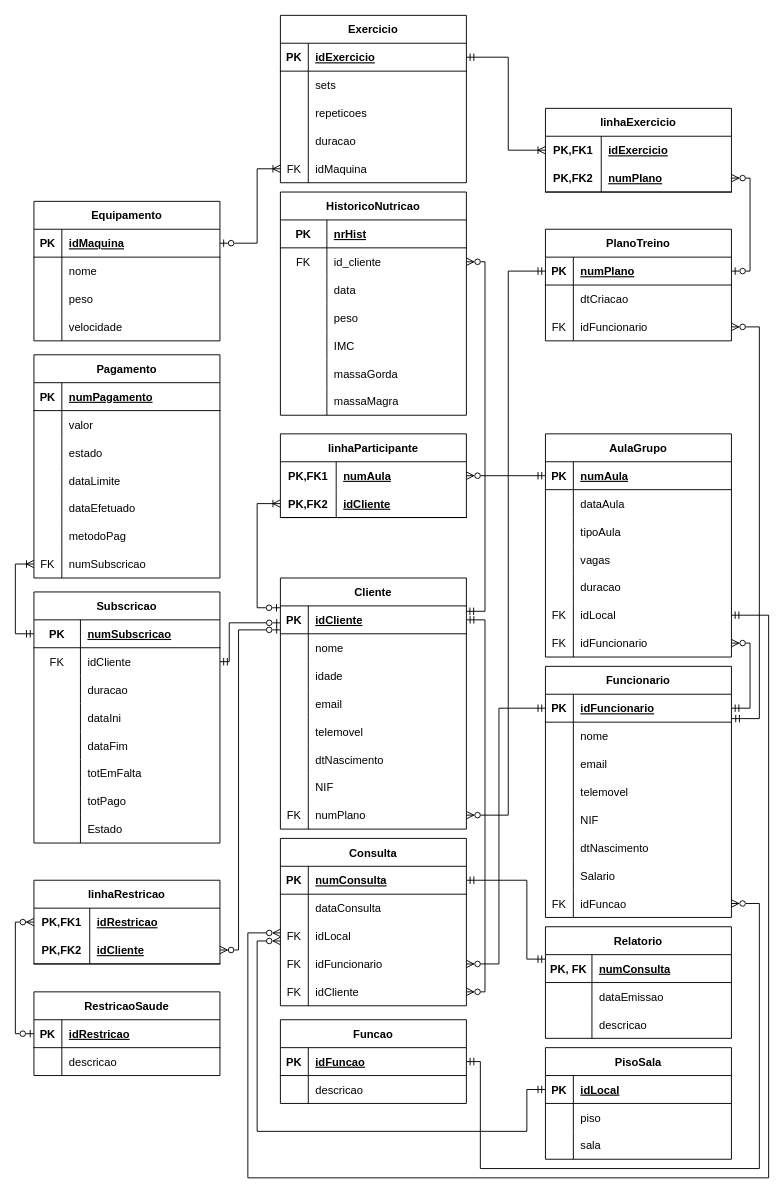
Above: Proj1/Diagramas corrigidos/2-BD/GymMF.drawio in AlexandrePSantos/GestaoGym (draw.io), before the change. Source tidied: cells renumbered, new cells numbered last; positions are measured from the earlier drawing's top-left corner, leaving out a move shared by most shapes. Both pictures are drawn from the tidied source at 93%, with x=0, y=0 at pixel (15, 15).
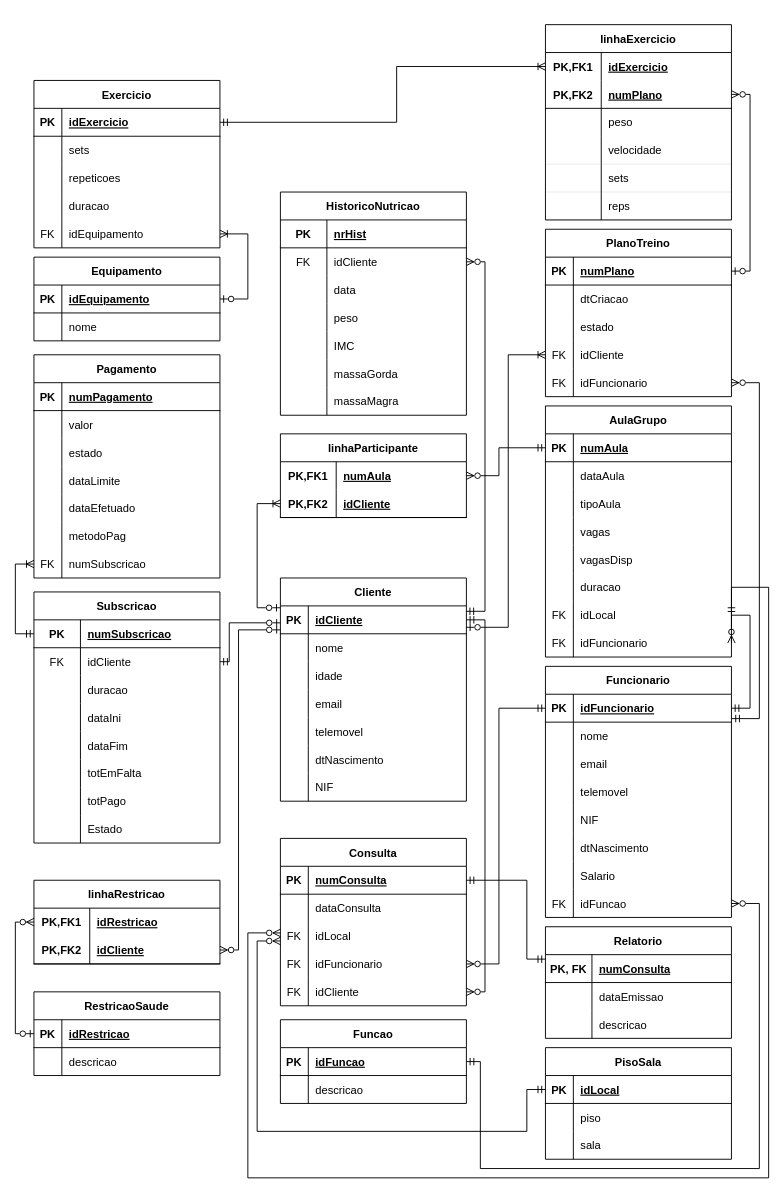
The same diagram, later.

Unchanged cells that the change refers to:
```xml
<mxCell id="9" style="shape=tableRow;horizontal=0;startSize=0;swimlaneHead=0;swimlaneBody=0;fillColor=none;points=[[0,0.5],[1,0.5]];portConstraint=eastwest;top=0;left=0;right=0;bottom=1;" parent="8" vertex="1">
  <mxGeometry y="30" width="200" height="30" as="geometry" />
</mxCell>
<mxCell id="41" style="shape=tableRow;horizontal=0;startSize=0;swimlaneHead=0;swimlaneBody=0;fillColor=none;points=[[0,0.5],[1,0.5]];portConstraint=eastwest;top=0;left=0;right=0;bottom=1;" parent="40" vertex="1">
  <mxGeometry y="30" width="200" height="30" as="geometry" />
</mxCell>
<mxCell id="73" style="shape=tableRow;horizontal=0;startSize=0;swimlaneHead=0;swimlaneBody=0;fillColor=none;points=[[0,0.5],[1,0.5]];portConstraint=eastwest;top=0;left=0;right=0;bottom=1;" parent="72" vertex="1">
  <mxGeometry y="30" width="200" height="30" as="geometry" />
</mxCell>
<mxCell id="118" style="shape=tableRow;horizontal=0;startSize=0;swimlaneHead=0;swimlaneBody=0;fillColor=none;points=[[0,0.5],[1,0.5]];portConstraint=eastwest;top=0;left=0;right=0;bottom=1;" parent="117" vertex="1">
  <mxGeometry y="30" width="200" height="30" as="geometry" />
</mxCell>
<mxCell id="146" style="shape=tableRow;horizontal=0;startSize=0;swimlaneHead=0;swimlaneBody=0;fillColor=none;points=[[0,0.5],[1,0.5]];portConstraint=eastwest;top=0;left=0;right=0;bottom=0;" parent="139" vertex="1">
  <mxGeometry y="90" width="200" height="30" as="geometry" />
</mxCell>
<mxCell id="159" style="shape=tableRow;horizontal=0;startSize=0;swimlaneHead=0;swimlaneBody=0;fillColor=none;points=[[0,0.5],[1,0.5]];portConstraint=eastwest;top=0;left=0;right=0;bottom=0;" parent="155" vertex="1">
  <mxGeometry y="60" width="200" height="30" as="geometry" />
</mxCell>
<mxCell id="178" style="shape=tableRow;horizontal=0;startSize=0;swimlaneHead=0;swimlaneBody=0;fillColor=none;points=[[0,0.5],[1,0.5]];portConstraint=eastwest;top=0;left=0;right=0;bottom=0;" parent="177" vertex="1">
  <mxGeometry y="30" width="200" height="30" as="geometry" />
</mxCell>
<mxCell id="234" style="shape=tableRow;horizontal=0;startSize=0;swimlaneHead=0;swimlaneBody=0;fillColor=none;points=[[0,0.5],[1,0.5]];portConstraint=eastwest;top=0;left=0;right=0;bottom=1;" parent="233" vertex="1">
  <mxGeometry y="30" width="200" height="30" as="geometry" />
</mxCell>
<mxCell id="246" style="shape=tableRow;horizontal=0;startSize=0;swimlaneHead=0;swimlaneBody=0;fillColor=none;points=[[0,0.5],[1,0.5]];portConstraint=eastwest;top=0;left=0;right=0;bottom=0;" parent="233" vertex="1">
  <mxGeometry y="150" width="200" height="30" as="geometry" />
</mxCell>
<mxCell id="250" style="shape=tableRow;horizontal=0;startSize=0;swimlaneHead=0;swimlaneBody=0;fillColor=none;points=[[0,0.5],[1,0.5]];portConstraint=eastwest;top=0;left=0;right=0;bottom=1;" parent="249" vertex="1">
  <mxGeometry y="30" width="200" height="30" as="geometry" />
</mxCell>
<mxCell id="266" style="shape=tableRow;horizontal=0;startSize=0;swimlaneHead=0;swimlaneBody=0;fillColor=none;points=[[0,0.5],[1,0.5]];portConstraint=eastwest;top=0;left=0;right=0;bottom=0;" parent="265" vertex="1">
  <mxGeometry y="30" width="200" height="30" as="geometry" />
</mxCell>
<mxCell id="269" style="shape=tableRow;horizontal=0;startSize=0;swimlaneHead=0;swimlaneBody=0;fillColor=none;points=[[0,0.5],[1,0.5]];portConstraint=eastwest;top=0;left=0;right=0;bottom=1;" parent="265" vertex="1">
  <mxGeometry y="60" width="200" height="30" as="geometry" />
</mxCell>
```

What changed in the source:
```diff
@@
-    <mxCell id="3" style="edgeStyle=orthogonalEdgeStyle;rounded=0;jettySize=auto;html=1;exitX=1;exitY=0.5;exitDx=0;exitDy=0;entryX=0;entryY=0.5;entryDx=0;entryDy=0;endArrow=ERmandOne;endFill=0;startArrow=ERzeroToMany;startFill=0;" parent="1" edge="1" source="30" target="73">
+    <mxCell id="3" style="edgeStyle=orthogonalEdgeStyle;rounded=0;jettySize=auto;html=1;exitX=1;exitY=0.767;exitDx=0;exitDy=0;entryX=0;entryY=0.5;entryDx=0;entryDy=0;endArrow=ERoneToMany;endFill=0;startArrow=ERzeroToOne;startFill=0;exitPerimeter=0;" parent="1" edge="1" source="9" target="259">
       <mxGeometry relative="1" as="geometry">
         <Array as="points">
-          <mxPoint x="530" y="860" />
-          <mxPoint x="530" y="275" />
+          <mxPoint x="530" y="658" />
+          <mxPoint x="530" y="365" />
         </Array>
       </mxGeometry>
     </mxCell>
@@
     <mxCell id="6" style="edgeStyle=orthogonalEdgeStyle;rounded=0;jettySize=auto;html=1;endArrow=ERmandOne;endFill=0;exitX=1;exitY=0.5;exitDx=0;exitDy=0;startArrow=ERzeroToMany;startFill=0;entryX=1.003;entryY=0.873;entryDx=0;entryDy=0;entryPerimeter=0;" parent="1" edge="1" source="79" target="41">
       <mxGeometry relative="1" as="geometry">
         <Array as="points">
-          <mxPoint x="800" y="335" />
+          <mxPoint x="800" y="395" />
           <mxPoint x="800" y="756" />
         </Array>
       </mxGeometry>
     </mxCell>
     <mxCell id="7" style="edgeStyle=orthogonalEdgeStyle;rounded=0;jettySize=auto;html=1;entryX=1;entryY=0.5;entryDx=0;entryDy=0;endArrow=ERmandOne;endFill=0;startArrow=ERzeroToMany;startFill=0;exitX=1;exitY=0.5;exitDx=0;exitDy=0;" parent="1" edge="1" source="136" target="41">
       <mxGeometry relative="1" as="geometry">
         <Array as="points">
-          <mxPoint x="790" y="675" />
+          <mxPoint x="790" y="645" />
           <mxPoint x="790" y="745" />
         </Array>
       </mxGeometry>
     </mxCell>
     <mxCell id="8" value="Cliente" style="shape=table;startSize=30;childLayout=tableLayout;rowLines=0;fontStyle=1;align=center;" parent="1" vertex="1">
-      <mxGeometry x="285" y="605" width="200" height="270" as="geometry" />
+      <mxGeometry x="285" y="605" width="200" height="240" as="geometry" />
     </mxCell>
@@
-    <mxCell id="30" style="shape=tableRow;horizontal=0;startSize=0;swimlaneHead=0;swimlaneBody=0;fillColor=none;points=[[0,0.5],[1,0.5]];portConstraint=eastwest;top=0;left=0;right=0;bottom=0;" parent="8" vertex="1">
-      <mxGeometry y="240" width="200" height="30" as="geometry" />
-    </mxCell>
-    <mxCell id="31" value="FK" style="shape=partialRectangle;fillColor=none;top=0;left=0;bottom=0;right=0;overflow=hidden;" parent="30" vertex="1">
-      <mxGeometry width="30" height="30" as="geometry" />
-    </mxCell>
-    <mxCell id="32" value="numPlano" style="shape=partialRectangle;fillColor=none;top=0;left=0;bottom=0;right=0;align=left;spacingLeft=6;overflow=hidden;" parent="30" vertex="1">
-      <mxGeometry x="30" width="170" height="30" as="geometry" />
-    </mxCell>
@@
     <mxCell id="72" value="PlanoTreino" style="shape=table;startSize=30;childLayout=tableLayout;rowLines=0;fontStyle=1;align=center;" parent="1" vertex="1">
-      <mxGeometry x="570" y="230" width="200" height="120" as="geometry" />
+      <mxGeometry x="570" y="230" width="200" height="180" as="geometry" />
     </mxCell>
@@
+    <mxCell id="272" style="shape=tableRow;horizontal=0;startSize=0;swimlaneHead=0;swimlaneBody=0;fillColor=none;top=0;left=0;right=0;bottom=0;" parent="72" vertex="1">
+      <mxGeometry y="90" width="200" height="30" as="geometry" />
+    </mxCell>
+    <mxCell id="273" style="shape=partialRectangle;fillColor=none;top=0;left=0;bottom=0;right=0;overflow=hidden;" parent="272" vertex="1">
+      <mxGeometry width="30" height="30" as="geometry" />
+    </mxCell>
+    <mxCell id="274" value="estado" style="shape=partialRectangle;fillColor=none;top=0;left=0;bottom=0;right=0;align=left;spacingLeft=6;overflow=hidden;" parent="272" vertex="1">
+      <mxGeometry x="30" width="170" height="30" as="geometry" />
+    </mxCell>
+    <mxCell id="259" style="shape=tableRow;horizontal=0;startSize=0;swimlaneHead=0;swimlaneBody=0;fillColor=none;points=[[0,0.5],[1,0.5]];portConstraint=eastwest;top=0;left=0;right=0;bottom=0;" parent="72" vertex="1">
+      <mxGeometry y="120" width="200" height="30" as="geometry" />
+    </mxCell>
+    <mxCell id="31" value="FK" style="shape=partialRectangle;fillColor=none;top=0;left=0;bottom=0;right=0;overflow=hidden;" parent="259" vertex="1">
+      <mxGeometry width="30" height="30" as="geometry" />
+    </mxCell>
+    <mxCell id="275" value="idCliente" style="shape=partialRectangle;fillColor=none;top=0;left=0;bottom=0;right=0;align=left;spacingLeft=6;overflow=hidden;" parent="259" vertex="1">
+      <mxGeometry x="30" width="170" height="30" as="geometry" />
+    </mxCell>
     <mxCell id="79" style="shape=tableRow;horizontal=0;startSize=0;swimlaneHead=0;swimlaneBody=0;fillColor=none;points=[[0,0.5],[1,0.5]];portConstraint=eastwest;top=0;left=0;right=0;bottom=0;" parent="72" vertex="1">
-      <mxGeometry y="90" width="200" height="30" as="geometry" />
+      <mxGeometry y="150" width="200" height="30" as="geometry" />
     </mxCell>
@@
     <mxCell id="117" value="AulaGrupo" style="shape=table;startSize=30;childLayout=tableLayout;rowLines=0;fontStyle=1;align=center;" parent="1" vertex="1">
-      <mxGeometry x="570" y="450" width="200" height="240" as="geometry" />
+      <mxGeometry x="570" y="420" width="200" height="270" as="geometry" />
     </mxCell>
@@
+    <mxCell id="276" style="shape=tableRow;horizontal=0;startSize=0;swimlaneHead=0;swimlaneBody=0;fillColor=none;top=0;left=0;right=0;bottom=0;" parent="117" vertex="1">
+      <mxGeometry y="150" width="200" height="30" as="geometry" />
+    </mxCell>
+    <mxCell id="277" style="shape=partialRectangle;fillColor=none;top=0;left=0;bottom=0;right=0;overflow=hidden;" parent="276" vertex="1">
+      <mxGeometry width="30" height="30" as="geometry" />
+    </mxCell>
+    <mxCell id="278" value="vagasDisp" style="shape=partialRectangle;fillColor=none;top=0;left=0;bottom=0;right=0;align=left;spacingLeft=6;overflow=hidden;" parent="276" vertex="1">
+      <mxGeometry x="30" width="170" height="30" as="geometry" />
+    </mxCell>
     <mxCell id="130" style="shape=tableRow;horizontal=0;startSize=0;swimlaneHead=0;swimlaneBody=0;fillColor=none;top=0;left=0;right=0;bottom=0;" parent="117" vertex="1">
-      <mxGeometry y="150" width="200" height="30" as="geometry" />
+      <mxGeometry y="180" width="200" height="30" as="geometry" />
     </mxCell>
@@
     <mxCell id="133" style="shape=tableRow;horizontal=0;startSize=0;swimlaneHead=0;swimlaneBody=0;fillColor=none;points=[[0,0.5],[1,0.5]];portConstraint=eastwest;top=0;left=0;right=0;bottom=0;" parent="117" vertex="1">
-      <mxGeometry y="180" width="200" height="30" as="geometry" />
+      <mxGeometry y="210" width="200" height="30" as="geometry" />
     </mxCell>
@@
     <mxCell id="136" style="shape=tableRow;horizontal=0;startSize=0;swimlaneHead=0;swimlaneBody=0;fillColor=none;points=[[0,0.5],[1,0.5]];portConstraint=eastwest;top=0;left=0;right=0;bottom=0;" parent="117" vertex="1">
-      <mxGeometry y="210" width="200" height="30" as="geometry" />
+      <mxGeometry y="240" width="200" height="30" as="geometry" />
     </mxCell>
@@
-    <mxCell id="161" value="id_cliente" style="shape=partialRectangle;fillColor=none;top=0;left=0;bottom=0;right=0;align=left;spacingLeft=6;overflow=hidden;" parent="159" vertex="1">
+    <mxCell id="161" value="idCliente" style="shape=partialRectangle;fillColor=none;top=0;left=0;bottom=0;right=0;align=left;spacingLeft=6;overflow=hidden;" parent="159" vertex="1">
       <mxGeometry x="50" width="150" height="30" as="geometry" />
     </mxCell>
@@
     <mxCell id="211" style="edgeStyle=orthogonalEdgeStyle;rounded=0;jettySize=auto;html=1;endArrow=ERzeroToMany;endFill=0;startArrow=ERmandOne;startFill=0;entryX=1;entryY=0.5;entryDx=0;entryDy=0;exitX=0;exitY=0.5;exitDx=0;exitDy=0;" parent="1" edge="1" source="118" target="178">
-      <mxGeometry relative="1" as="geometry" />
+      <mxGeometry relative="1" as="geometry">
+        <Array as="points">
+          <mxPoint x="520" y="465" />
+          <mxPoint x="520" y="495" />
+        </Array>
+      </mxGeometry>
     </mxCell>
@@
     <mxCell id="231" style="edgeStyle=orthogonalEdgeStyle;rounded=0;jettySize=auto;html=1;endArrow=ERzeroToMany;endFill=0;startArrow=ERmandOne;startFill=0;entryX=0;entryY=0.388;entryDx=0;entryDy=0;exitX=1;exitY=0.5;exitDx=0;exitDy=0;entryPerimeter=0;" parent="1" edge="1" source="133" target="146">
       <mxGeometry relative="1" as="geometry">
         <Array as="points">
-          <mxPoint x="810" y="645" />
+          <mxPoint x="810" y="615" />
           <mxPoint x="810" y="1250" />
           <mxPoint x="250" y="1250" />
           <mxPoint x="250" y="987" />
         </Array>
       </mxGeometry>
     </mxCell>
@@
     <mxCell id="233" value="Exercicio" style="shape=table;startSize=30;childLayout=tableLayout;rowLines=0;fontStyle=1;align=center;" parent="1" vertex="1">
-      <mxGeometry x="285" width="200" height="180" as="geometry" />
+      <mxGeometry x="20" y="70" width="200" height="180" as="geometry" />
     </mxCell>
@@
-    <mxCell id="248" value="idMaquina" style="shape=partialRectangle;fillColor=none;top=0;left=0;bottom=0;right=0;align=left;spacingLeft=6;overflow=hidden;" parent="246" vertex="1">
+    <mxCell id="248" value="idEquipamento" style="shape=partialRectangle;fillColor=none;top=0;left=0;bottom=0;right=0;align=left;spacingLeft=6;overflow=hidden;" parent="246" vertex="1">
       <mxGeometry x="30" width="170" height="30" as="geometry" />
     </mxCell>
     <mxCell id="249" value="Equipamento" style="shape=table;startSize=30;childLayout=tableLayout;rowLines=0;fontStyle=1;align=center;" parent="1" vertex="1">
-      <mxGeometry x="20" y="200" width="200" height="150" as="geometry" />
+      <mxGeometry x="20" y="260" width="200" height="90" as="geometry" />
     </mxCell>
@@
-    <mxCell id="252" value="idMaquina" style="shape=partialRectangle;fillColor=none;top=0;left=0;bottom=0;right=0;align=left;spacingLeft=6;fontStyle=5;overflow=hidden;" parent="250" vertex="1">
+    <mxCell id="252" value="idEquipamento" style="shape=partialRectangle;fillColor=none;top=0;left=0;bottom=0;right=0;align=left;spacingLeft=6;fontStyle=5;overflow=hidden;" parent="250" vertex="1">
       <mxGeometry x="30" width="170" height="30" as="geometry" />
     </mxCell>
@@
-    <mxCell id="256" style="shape=tableRow;horizontal=0;startSize=0;swimlaneHead=0;swimlaneBody=0;fillColor=none;top=0;left=0;right=0;bottom=0;" parent="249" vertex="1">
-      <mxGeometry y="90" width="200" height="30" as="geometry" />
-    </mxCell>
-    <mxCell id="257" style="shape=partialRectangle;fillColor=none;top=0;left=0;bottom=0;right=0;overflow=hidden;" parent="256" vertex="1">
-      <mxGeometry width="30" height="30" as="geometry" />
-    </mxCell>
-    <mxCell id="258" value="peso" style="shape=partialRectangle;fillColor=none;top=0;left=0;bottom=0;right=0;align=left;spacingLeft=6;overflow=hidden;" parent="256" vertex="1">
-      <mxGeometry x="30" width="170" height="30" as="geometry" />
-    </mxCell>
-    <mxCell id="259" style="shape=tableRow;horizontal=0;startSize=0;swimlaneHead=0;swimlaneBody=0;fillColor=none;points=[[0,0.5],[1,0.5]];portConstraint=eastwest;top=0;left=0;right=0;bottom=0;" parent="249" vertex="1">
-      <mxGeometry y="120" width="200" height="30" as="geometry" />
-    </mxCell>
-    <mxCell id="260" style="shape=partialRectangle;fillColor=none;top=0;left=0;bottom=0;right=0;overflow=hidden;" parent="259" vertex="1">
-      <mxGeometry width="30" height="30" as="geometry" />
-    </mxCell>
-    <mxCell id="261" value="velocidade" style="shape=partialRectangle;fillColor=none;top=0;left=0;bottom=0;right=0;align=left;spacingLeft=6;overflow=hidden;" parent="259" vertex="1">
-      <mxGeometry x="30" width="170" height="30" as="geometry" />
-    </mxCell>
-    <mxCell id="262" style="edgeStyle=orthogonalEdgeStyle;rounded=0;jettySize=auto;html=1;exitX=1;exitY=0.5;exitDx=0;exitDy=0;entryX=0;entryY=0.5;entryDx=0;entryDy=0;endArrow=ERoneToMany;endFill=0;startArrow=ERzeroToOne;startFill=0;" parent="1" edge="1" source="250" target="246">
+    <mxCell id="262" style="edgeStyle=orthogonalEdgeStyle;rounded=0;jettySize=auto;html=1;exitX=1;exitY=0.5;exitDx=0;exitDy=0;entryX=1;entryY=0.5;entryDx=0;entryDy=0;endArrow=ERoneToMany;endFill=0;startArrow=ERzeroToOne;startFill=0;" parent="1" edge="1" source="250" target="246">
       <mxGeometry relative="1" as="geometry">
         <Array as="points">
-          <mxPoint x="260" y="245" />
-          <mxPoint x="260" y="165" />
+          <mxPoint x="250" y="305" />
+          <mxPoint x="250" y="235" />
         </Array>
       </mxGeometry>
     </mxCell>
     <mxCell id="263" style="edgeStyle=orthogonalEdgeStyle;rounded=0;jettySize=auto;html=1;startArrow=ERmandOne;startFill=0;endArrow=ERoneToMany;endFill=0;exitX=1;exitY=0.5;exitDx=0;exitDy=0;entryX=0;entryY=0.5;entryDx=0;entryDy=0;" parent="1" edge="1" source="234" target="266">
       <mxGeometry relative="1" as="geometry">
         <Array as="points">
-          <mxPoint x="530" y="45" />
-          <mxPoint x="530" y="145" />
+          <mxPoint x="410" y="115" />
+          <mxPoint x="410" y="55" />
         </Array>
       </mxGeometry>
     </mxCell>
     <mxCell id="264" style="edgeStyle=orthogonalEdgeStyle;rounded=0;jettySize=auto;html=1;entryX=1;entryY=0.5;entryDx=0;entryDy=0;startArrow=ERzeroToMany;startFill=0;endArrow=ERzeroToOne;endFill=0;exitX=1;exitY=0.5;exitDx=0;exitDy=0;" parent="1" edge="1" source="269" target="73">
       <mxGeometry relative="1" as="geometry">
         <Array as="points">
-          <mxPoint x="790" y="175" />
+          <mxPoint x="790" y="85" />
           <mxPoint x="790" y="275" />
         </Array>
       </mxGeometry>
     </mxCell>
     <mxCell id="265" value="linhaExercicio" style="shape=table;startSize=30;childLayout=tableLayout;rowLines=0;fontStyle=1;align=center;" parent="1" vertex="1">
-      <mxGeometry x="570" y="100" width="200" height="90" as="geometry" />
+      <mxGeometry x="570" y="10" width="200" height="210" as="geometry" />
     </mxCell>
@@
+    <mxCell id="279" style="shape=tableRow;horizontal=0;startSize=0;swimlaneHead=0;swimlaneBody=0;fillColor=none;top=0;left=0;right=0;bottom=0;" parent="265" vertex="1">
+      <mxGeometry y="90" width="200" height="30" as="geometry" />
+    </mxCell>
+    <mxCell id="280" style="shape=partialRectangle;fillColor=none;top=0;left=0;bottom=0;right=0;fontStyle=1;overflow=hidden;strokeWidth=0;" parent="279" vertex="1">
+      <mxGeometry width="60" height="30" as="geometry" />
+    </mxCell>
+    <mxCell id="258" value="peso" style="shape=partialRectangle;fillColor=none;top=0;left=0;bottom=0;right=0;align=left;spacingLeft=6;fontStyle=0;overflow=hidden;strokeWidth=0;" parent="279" vertex="1">
+      <mxGeometry x="60" width="140" height="30" as="geometry" />
+    </mxCell>
+    <mxCell id="281" style="shape=tableRow;horizontal=0;startSize=0;swimlaneHead=0;swimlaneBody=0;fillColor=none;top=0;left=0;right=0;bottom=1;strokeWidth=0;separatorColor=none;" parent="265" vertex="1">
+      <mxGeometry y="120" width="200" height="30" as="geometry" />
+    </mxCell>
+    <mxCell id="282" style="shape=partialRectangle;fillColor=none;top=0;left=0;bottom=0;right=0;fontStyle=1;overflow=hidden;" parent="281" vertex="1">
+      <mxGeometry width="60" height="30" as="geometry" />
+    </mxCell>
+    <mxCell id="261" value="velocidade" style="shape=partialRectangle;fillColor=none;top=0;left=0;bottom=0;right=0;align=left;spacingLeft=6;fontStyle=0;overflow=hidden;" parent="281" vertex="1">
+      <mxGeometry x="60" width="140" height="30" as="geometry" />
+    </mxCell>
+    <mxCell id="283" style="shape=tableRow;horizontal=0;startSize=0;swimlaneHead=0;swimlaneBody=0;fillColor=none;top=0;left=0;right=0;bottom=1;strokeWidth=0;separatorColor=none;" parent="265" vertex="1">
+      <mxGeometry y="150" width="200" height="30" as="geometry" />
+    </mxCell>
+    <mxCell id="284" style="shape=partialRectangle;fillColor=none;top=0;left=0;bottom=0;right=0;fontStyle=1;overflow=hidden;" parent="283" vertex="1">
+      <mxGeometry width="60" height="30" as="geometry" />
+    </mxCell>
+    <mxCell id="285" value="sets" style="shape=partialRectangle;fillColor=none;top=0;left=0;bottom=0;right=0;align=left;spacingLeft=6;fontStyle=0;overflow=hidden;" parent="283" vertex="1">
+      <mxGeometry x="60" width="140" height="30" as="geometry" />
+    </mxCell>
+    <mxCell id="286" style="shape=tableRow;horizontal=0;startSize=0;swimlaneHead=0;swimlaneBody=0;fillColor=none;top=0;left=0;right=0;bottom=1;strokeWidth=0;separatorColor=none;" parent="265" vertex="1">
+      <mxGeometry y="180" width="200" height="30" as="geometry" />
+    </mxCell>
+    <mxCell id="287" style="shape=partialRectangle;fillColor=none;top=0;left=0;bottom=0;right=0;fontStyle=1;overflow=hidden;" parent="286" vertex="1">
+      <mxGeometry width="60" height="30" as="geometry" />
+    </mxCell>
+    <mxCell id="288" value="reps" style="shape=partialRectangle;fillColor=none;top=0;left=0;bottom=0;right=0;align=left;spacingLeft=6;fontStyle=0;overflow=hidden;" parent="286" vertex="1">
+      <mxGeometry x="60" width="140" height="30" as="geometry" />
+    </mxCell>
```
